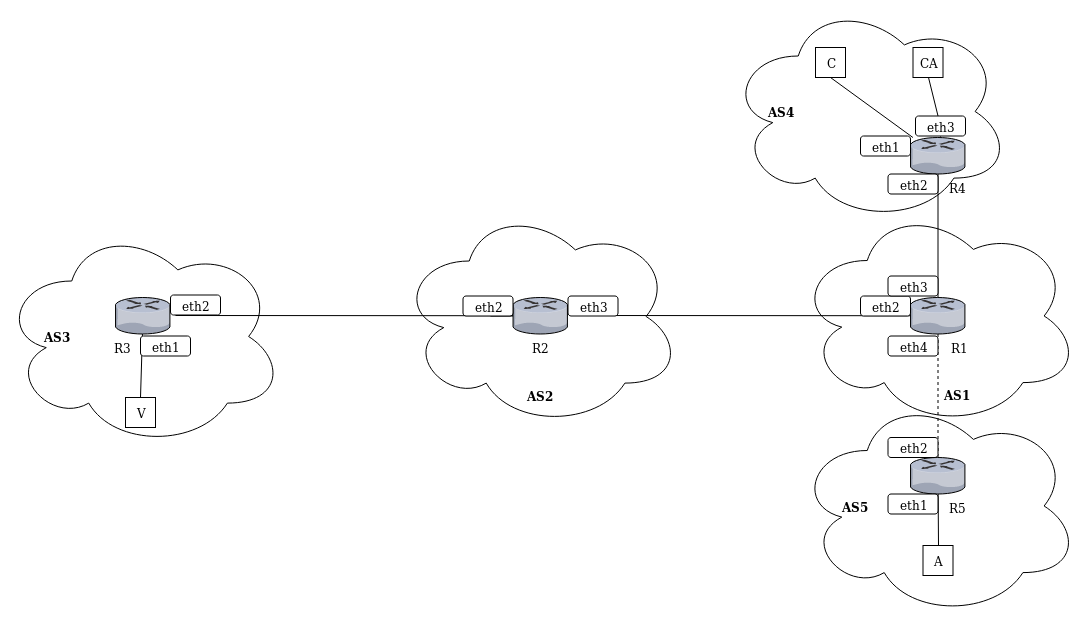
mastinux/bgp-breaking-https-with-bgp-hijacking keeps this draw.io diagram as images/bgp-breaking-https-with-bgp-hijacking.png. Above is the earlier version. Source tidied: cells renumbered, new cells last; positions are measured from the earlier drawing's top-left corner, leaving out a move shared by most shapes.
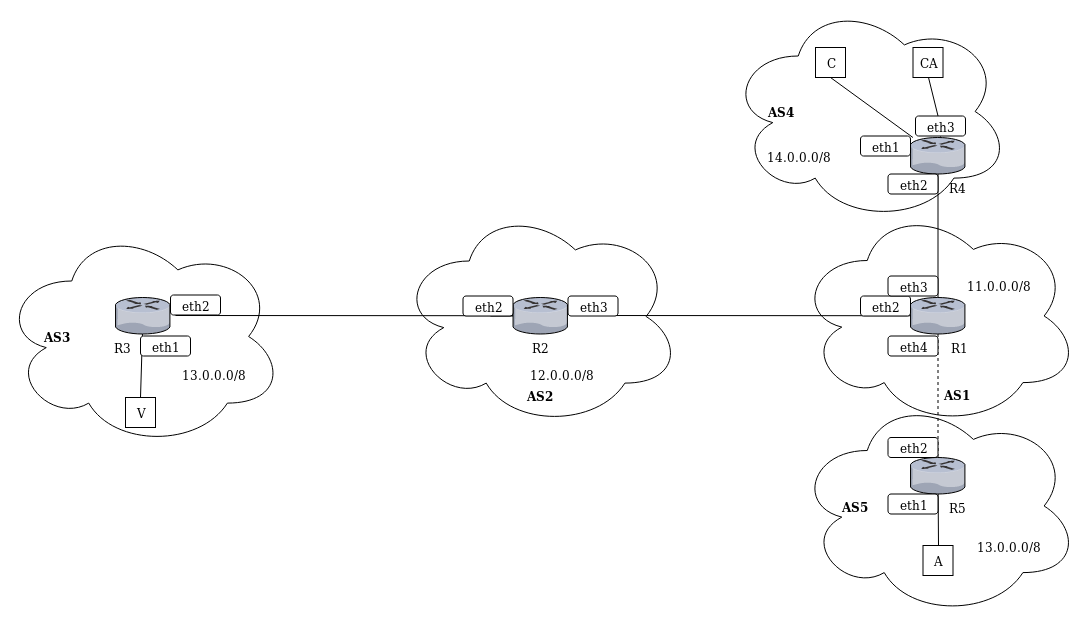
Above is the later version.

What changed in the source:
```diff
@@ -112,5 +112,20 @@
     <mxCell id="37" style="endArrow=none;html=1;exitX=0.5;exitY=1;exitDx=0;exitDy=0;" parent="1" edge="1" source="28" target="36">
       <mxGeometry relative="1" as="geometry" />
     </mxCell>
+    <mxCell id="38" value="13.0.0.0/8" style="text;html=1;align=left;verticalAlign=top;spacingTop=-4;" parent="1" vertex="1">
+      <mxGeometry x="179" y="364.5" width="80" height="20" as="geometry" />
+    </mxCell>
+    <mxCell id="39" value="12.0.0.0/8" style="text;html=1;align=left;verticalAlign=top;spacingTop=-4;" parent="1" vertex="1">
+      <mxGeometry x="526.5" y="364.5" width="80" height="20" as="geometry" />
+    </mxCell>
+    <mxCell id="40" value="11.0.0.0/8" style="text;html=1;align=left;verticalAlign=top;spacingTop=-4;" parent="1" vertex="1">
+      <mxGeometry x="964" y="275.5" width="80" height="20" as="geometry" />
+    </mxCell>
+    <mxCell id="41" value="13.0.0.0/8" style="text;html=1;align=left;verticalAlign=top;spacingTop=-4;" parent="1" vertex="1">
+      <mxGeometry x="974" y="537" width="80" height="20" as="geometry" />
+    </mxCell>
+    <mxCell id="42" value="14.0.0.0/8" style="text;html=1;align=left;verticalAlign=top;spacingTop=-4;" parent="1" vertex="1">
+      <mxGeometry x="764" y="147" width="80" height="20" as="geometry" />
+    </mxCell>
   </root>
 </mxGraphModel>
```
